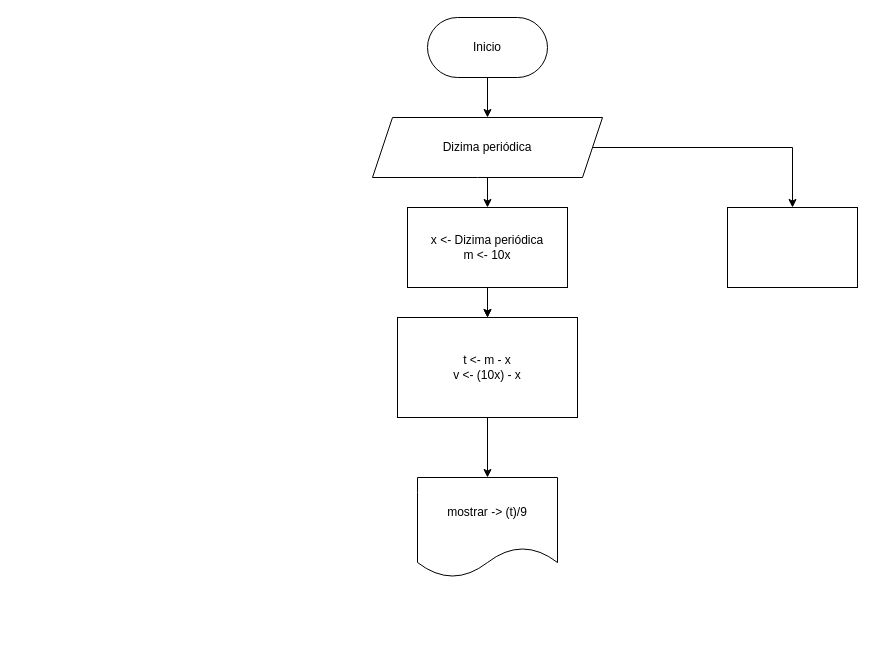
Above: Diagrama sem nome.drawio in AndreyGalaxz/diagramas (draw.io), before the change. Source tidied: cells renumbered, new cells numbered last; positions are measured from the earlier drawing's top-left corner, leaving out a move shared by most shapes. Both pictures are drawn from the tidied source at 100%, with x=0, y=0 at pixel (372, 17).
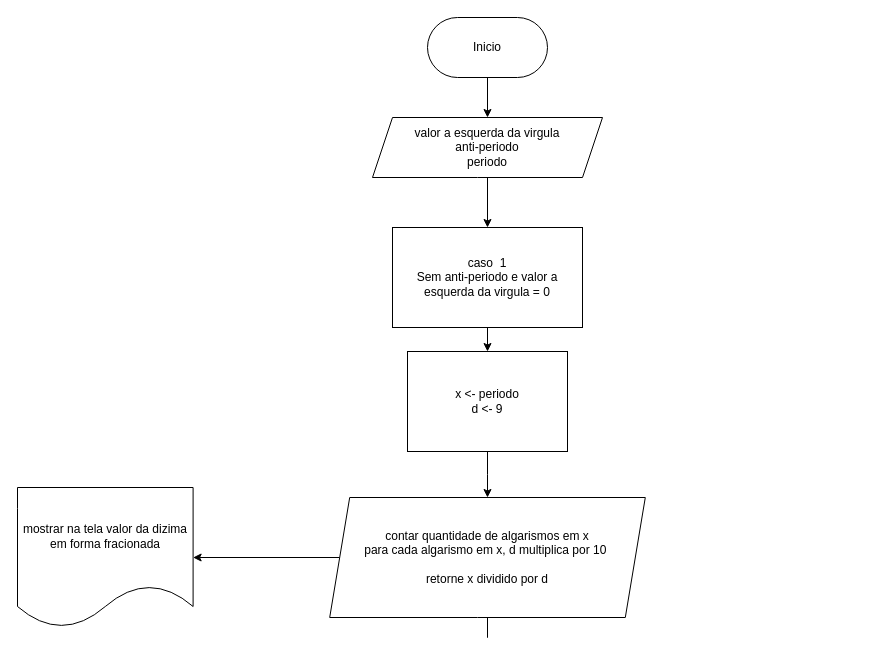
Above is the later version.

What changed in the source:
```diff
@@
 <mxGraphModel>
   <root>
     <mxCell id="0" />
     <mxCell id="1" parent="0" />
     <mxCell id="2" style="edgeStyle=orthogonalEdgeStyle;rounded=0;jettySize=auto;html=1;" parent="1" edge="1" source="3" target="6">
       <mxGeometry relative="1" as="geometry" />
     </mxCell>
     <mxCell id="3" value="Inicio" style="rounded=1;whiteSpace=wrap;html=1;arcSize=50;" parent="1" vertex="1">
       <mxGeometry x="55" width="120" height="60" as="geometry" />
     </mxCell>
-    <mxCell id="4" style="edgeStyle=orthogonalEdgeStyle;rounded=0;jettySize=auto;html=1;" parent="1" edge="1" source="6" target="9">
-      <mxGeometry relative="1" as="geometry" />
-    </mxCell>
-    <mxCell id="5" style="edgeStyle=orthogonalEdgeStyle;rounded=0;jettySize=auto;html=1;" parent="1" edge="1" source="6" target="13">
-      <mxGeometry relative="1" as="geometry" />
-    </mxCell>
+    <mxCell id="14" style="edgeStyle=orthogonalEdgeStyle;rounded=0;jettySize=auto;html=1;" parent="1" edge="1" source="6" target="16">
+      <mxGeometry relative="1" as="geometry" />
+    </mxCell>
-    <mxCell id="6" value="Dizima periódica" style="shape=parallelogram;perimeter=parallelogramPerimeter;whiteSpace=wrap;html=1;fixedSize=1;rounded=1;arcSize=0;" parent="1" vertex="1">
+    <mxCell id="6" value="valor a esquerda da virgula&lt;br&gt;anti-periodo&lt;br&gt;periodo" style="shape=parallelogram;perimeter=parallelogramPerimeter;whiteSpace=wrap;html=1;fixedSize=1;rounded=1;arcSize=0;" parent="1" vertex="1">
       <mxGeometry y="100" width="230" height="60" as="geometry" />
     </mxCell>
-    <mxCell id="7" style="edgeStyle=orthogonalEdgeStyle;rounded=0;jettySize=auto;html=1;" parent="1" edge="1" source="9">
-      <mxGeometry relative="1" as="geometry">
-        <mxPoint x="115" y="300" as="targetPoint" />
-      </mxGeometry>
-    </mxCell>
-    <mxCell id="8" style="edgeStyle=orthogonalEdgeStyle;rounded=0;jettySize=auto;html=1;" parent="1" edge="1" source="9" target="11">
-      <mxGeometry relative="1" as="geometry" />
-    </mxCell>
-    <mxCell id="9" value="x &amp;lt;- Dizima periódica&lt;br&gt;m &amp;lt;- 10x" style="rounded=1;whiteSpace=wrap;html=1;arcSize=0;" parent="1" vertex="1">
-      <mxGeometry x="35" y="190" width="160" height="80" as="geometry" />
-    </mxCell>
-    <mxCell id="10" style="edgeStyle=orthogonalEdgeStyle;rounded=0;jettySize=auto;html=1;" parent="1" edge="1" source="11" target="12">
-      <mxGeometry relative="1" as="geometry" />
-    </mxCell>
-    <mxCell id="11" value="t &amp;lt;- m - x&lt;br&gt;v &amp;lt;- (10x) - x&lt;br&gt;" style="rounded=1;whiteSpace=wrap;html=1;arcSize=0;" parent="1" vertex="1">
-      <mxGeometry x="25" y="300" width="180" height="100" as="geometry" />
-    </mxCell>
-    <mxCell id="12" value="mostrar -&amp;gt; (t)/9" style="shape=document;whiteSpace=wrap;html=1;boundedLbl=1;rounded=1;arcSize=0;" parent="1" vertex="1">
-      <mxGeometry x="45" y="460" width="140" height="100" as="geometry" />
-    </mxCell>
-    <mxCell id="13" style="whiteSpace=wrap;html=1;rounded=1;arcSize=0;" parent="1" vertex="1">
-      <mxGeometry x="355" y="190" width="130" height="80" as="geometry" />
-    </mxCell>
+    <mxCell id="15" style="edgeStyle=orthogonalEdgeStyle;rounded=0;jettySize=auto;html=1;" parent="1" edge="1" source="16" target="18">
+      <mxGeometry relative="1" as="geometry" />
+    </mxCell>
+    <mxCell id="16" value="caso&amp;nbsp; 1&lt;br&gt;Sem anti-periodo e valor a esquerda da virgula = 0" style="whiteSpace=wrap;html=1;rounded=1;arcSize=0;" parent="1" vertex="1">
+      <mxGeometry x="20" y="210" width="190" height="100" as="geometry" />
+    </mxCell>
+    <mxCell id="17" style="edgeStyle=orthogonalEdgeStyle;rounded=0;jettySize=auto;html=1;" parent="1" edge="1" source="18" target="21">
+      <mxGeometry relative="1" as="geometry" />
+    </mxCell>
+    <mxCell id="18" value="x &amp;lt;- periodo&lt;br&gt;d &amp;lt;- 9" style="whiteSpace=wrap;html=1;rounded=1;arcSize=0;" parent="1" vertex="1">
+      <mxGeometry x="35" y="334" width="160" height="100" as="geometry" />
+    </mxCell>
+    <mxCell id="19" style="edgeStyle=orthogonalEdgeStyle;rounded=0;jettySize=auto;html=1;" parent="1" edge="1" source="21">
+      <mxGeometry relative="1" as="geometry">
+        <mxPoint x="115" y="590" as="targetPoint" />
+      </mxGeometry>
+    </mxCell>
+    <mxCell id="20" style="edgeStyle=orthogonalEdgeStyle;rounded=0;jettySize=auto;html=1;" parent="1" edge="1" source="21" target="22">
+      <mxGeometry relative="1" as="geometry" />
+    </mxCell>
+    <mxCell id="21" value="contar quantidade de algarismos em x&lt;br&gt;para cada algarismo em x, d multiplica por 10&amp;nbsp;&lt;br&gt;&lt;br&gt;retorne x dividido por d" style="shape=parallelogram;perimeter=parallelogramPerimeter;whiteSpace=wrap;html=1;fixedSize=1;rounded=1;arcSize=0;" parent="1" vertex="1">
+      <mxGeometry x="-42.8" y="480" width="315.6" height="120" as="geometry" />
+    </mxCell>
+    <mxCell id="22" value="mostrar na tela valor da dizima em forma fracionada" style="shape=document;whiteSpace=wrap;html=1;boundedLbl=1;rounded=1;arcSize=0;" parent="1" vertex="1">
+      <mxGeometry x="-355" y="470" width="175.6" height="140" as="geometry" />
+    </mxCell>
   </root>
 </mxGraphModel>
```
